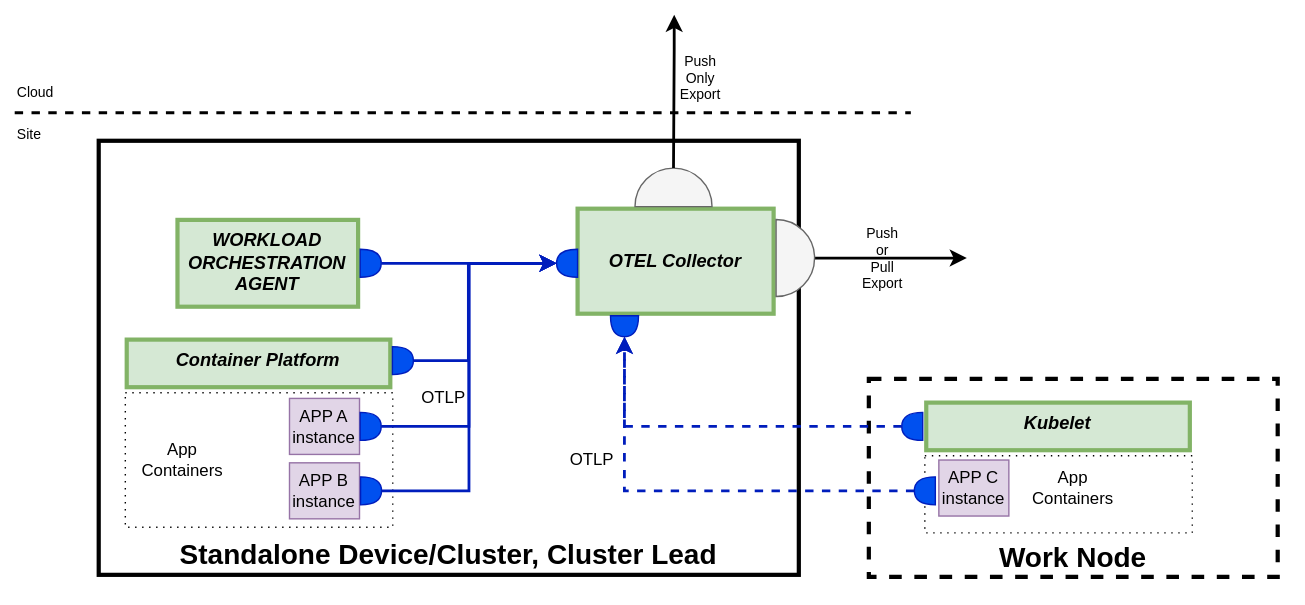
Before: system-design/figures/System-design-observability-deployment1.drawio.svg, a diagram exported from draw.io (margo/specification). Source tidied: cells renumbered, new cells last; positions are measured from the earlier drawing's top-left corner, leaving out a move shared by most shapes.
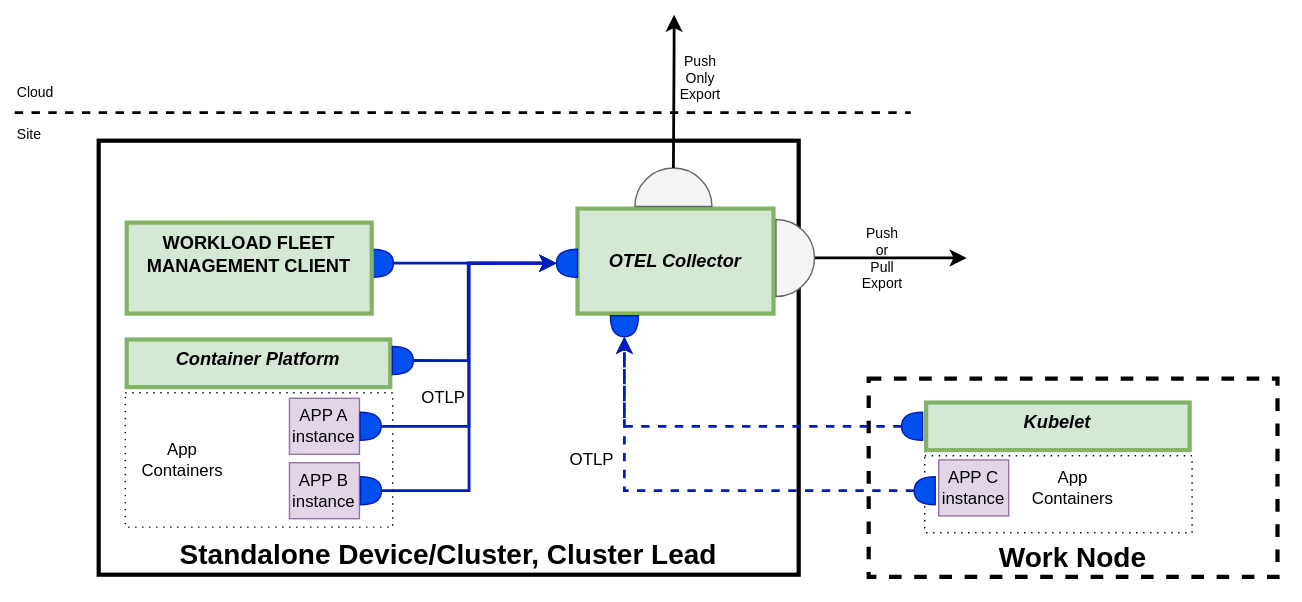
The same file after the commit.

Change to the diagram source:
```diff
@@ -46,14 +46,11 @@
         </Array>
       </mxGeometry>
     </mxCell>
-    <mxCell id="15" value="WORKLOAD&#10;ORCHESTRATION AGENT" style="whiteSpace=wrap;align=center;verticalAlign=top;fontStyle=3;strokeWidth=3;fontSize=13;rounded=0;fontFamily=Helvetica;fillColor=#d5e8d4;strokeColor=#82b366;" parent="1" vertex="1">
-      <mxGeometry x="126.2" y="156.5" width="129" height="62" as="geometry" />
-    </mxCell>
     <mxCell id="16" style="edgeStyle=orthogonalEdgeStyle;rounded=0;jettySize=auto;html=1;exitX=1;exitY=0.5;exitDx=0;exitDy=0;exitPerimeter=0;entryX=1;entryY=0.5;entryDx=0;entryDy=0;entryPerimeter=0;fillColor=#0050ef;strokeColor=#001DBC;fontFamily=Helvetica;strokeWidth=2;" parent="1" edge="1" source="10" target="9">
       <mxGeometry relative="1" as="geometry" />
     </mxCell>
     <mxCell id="17" style="shape=or;whiteSpace=wrap;html=1;fillColor=#0050ef;strokeColor=#001DBC;direction=south;rotation=-90;fontFamily=Helvetica;verticalAlign=top;rounded=0;fontColor=#ffffff;" parent="1" vertex="1">
-      <mxGeometry x="254.2" y="180" width="20" height="15" as="geometry" />
+      <mxGeometry x="263" y="180" width="20" height="15" as="geometry" />
     </mxCell>
     <mxCell id="18" style="edgeStyle=orthogonalEdgeStyle;rounded=0;jettySize=auto;html=1;exitX=1;exitY=0.5;exitDx=0;exitDy=0;exitPerimeter=0;entryX=1;entryY=0.5;entryDx=0;entryDy=0;entryPerimeter=0;fillColor=#0050ef;strokeColor=#001DBC;fontFamily=Helvetica;strokeWidth=2;" parent="1" edge="1" source="17" target="9">
       <mxGeometry relative="1" as="geometry" />
@@ -134,5 +131,8 @@
     <mxCell id="40" value="OTLP" style="text;html=1;strokeColor=none;fillColor=none;align=center;verticalAlign=middle;whiteSpace=wrap;rounded=0;fontFamily=Helvetica;" parent="1" vertex="1">
       <mxGeometry x="402.5" y="315" width="38.5" height="26" as="geometry" />
     </mxCell>
+    <mxCell id="41" value="WORKLOAD FLEET MANAGEMENT CLIENT" style="whiteSpace=wrap;align=center;verticalAlign=top;fontStyle=1;strokeWidth=3;fontSize=13;rounded=0;fontFamily=Helvetica;fillColor=#d5e8d4;strokeColor=#82b366;" parent="1" vertex="1">
+      <mxGeometry x="90" y="158.5" width="175" height="65" as="geometry" />
+    </mxCell>
   </root>
 </mxGraphModel>
```
